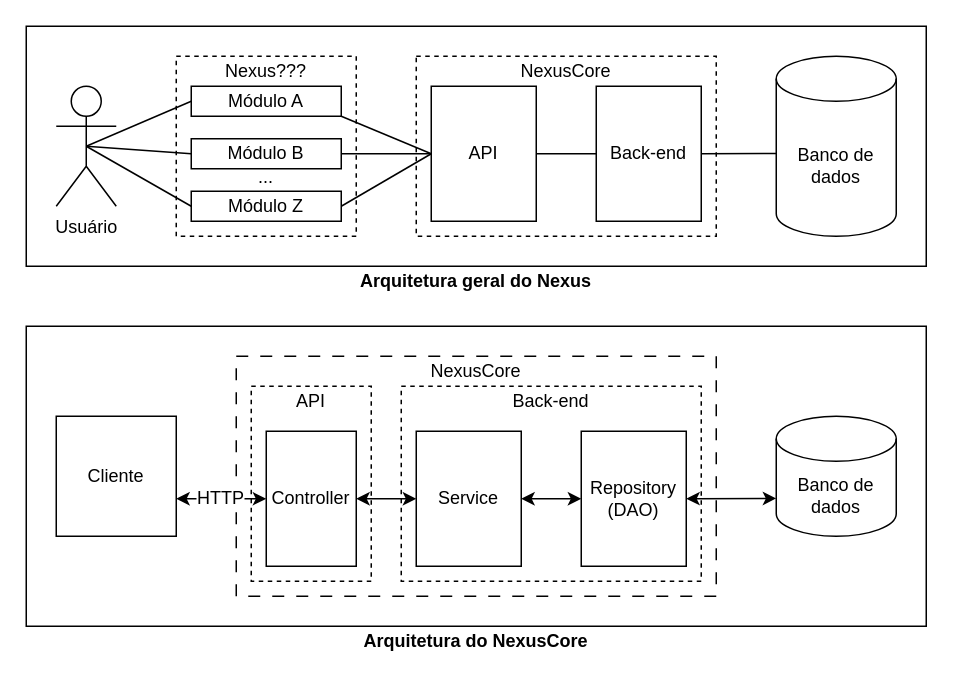
This is page "arquiteturas" (2 of 3) of docs/diagramas.drawio from therapies-love-kids/nexus, a draw.io file, before an edit. Source tidied: cells renumbered, new cells numbered last; positions are measured from the earlier drawing's top-left corner, leaving out a move shared by most shapes. Both pictures are drawn from the tidied source at 150%, with x=0, y=0 at pixel (26, 26).
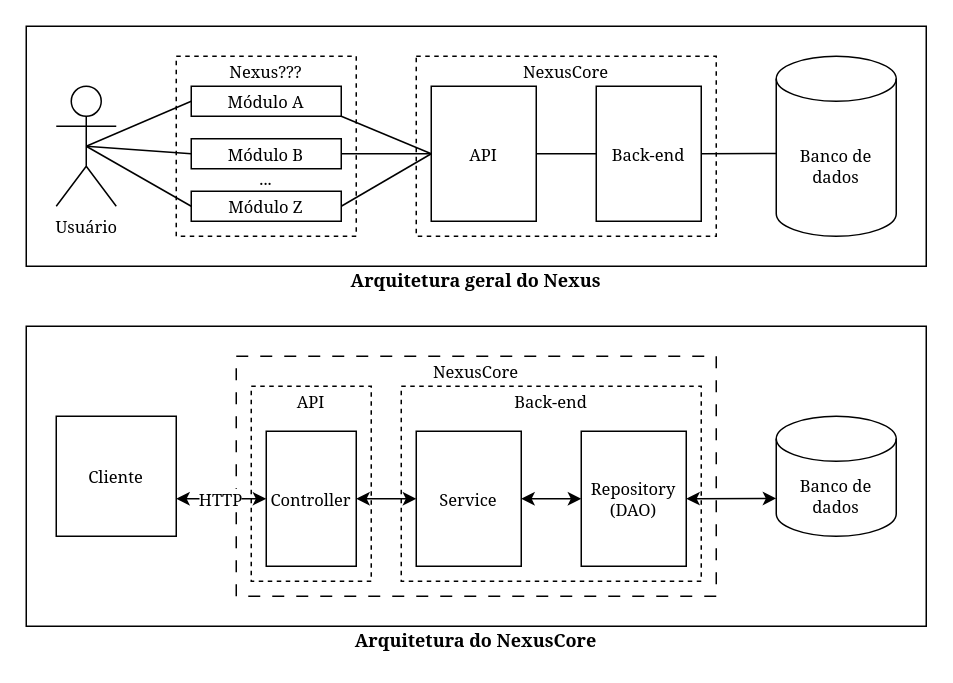
After the change.

Change to the diagram source:
```diff
@@
-    <mxCell id="2" style="rounded=0;whiteSpace=wrap;html=1;fillColor=none;" parent="1" vertex="1">
+    <mxCell id="2" style="rounded=0;whiteSpace=wrap;html=1;fillColor=none;fontFamily=Georgia;labelBorderColor=none;fontSize=11;" parent="1" vertex="1">
       <mxGeometry y="200" width="600" height="200" as="geometry" />
     </mxCell>
-    <mxCell id="3" style="rounded=0;whiteSpace=wrap;html=1;fillColor=none;dashed=1;dashPattern=8 8;" parent="1" vertex="1">
+    <mxCell id="3" style="rounded=0;whiteSpace=wrap;html=1;fillColor=none;dashed=1;dashPattern=8 8;fontFamily=Georgia;labelBorderColor=none;fontSize=11;" parent="1" vertex="1">
       <mxGeometry x="140" y="220" width="320" height="160" as="geometry" />
     </mxCell>
-    <mxCell id="4" style="rounded=0;whiteSpace=wrap;html=1;fillColor=none;dashed=1;" parent="1" vertex="1">
+    <mxCell id="4" style="rounded=0;whiteSpace=wrap;html=1;fillColor=none;dashed=1;fontFamily=Georgia;labelBorderColor=none;fontSize=11;" parent="1" vertex="1">
       <mxGeometry x="250" y="240" width="200" height="130" as="geometry" />
     </mxCell>
-    <mxCell id="5" style="rounded=0;whiteSpace=wrap;html=1;fillColor=none;" parent="1" vertex="1">
+    <mxCell id="5" style="rounded=0;whiteSpace=wrap;html=1;fillColor=none;fontFamily=Georgia;labelBorderColor=none;fontSize=11;" parent="1" vertex="1">
       <mxGeometry width="600" height="160" as="geometry" />
     </mxCell>
-    <mxCell id="6" value="&lt;b&gt;Arquitetura geral do Nexus&lt;/b&gt;" style="text;html=1;align=center;verticalAlign=middle;whiteSpace=wrap;rounded=0;" parent="1" vertex="1">
+    <mxCell id="6" value="&lt;b&gt;Arquitetura geral do Nexus&lt;/b&gt;" style="text;html=1;align=center;verticalAlign=middle;whiteSpace=wrap;rounded=0;fontFamily=Georgia;labelBorderColor=none;fontSize=12;" parent="1" vertex="1">
       <mxGeometry y="160" width="600" height="20" as="geometry" />
     </mxCell>
-    <mxCell id="7" style="rounded=0;whiteSpace=wrap;html=1;dashed=1;" parent="1" vertex="1">
+    <mxCell id="7" style="rounded=0;whiteSpace=wrap;html=1;dashed=1;fontFamily=Georgia;labelBorderColor=none;fontSize=11;" parent="1" vertex="1">
       <mxGeometry x="260" y="20" width="200" height="120" as="geometry" />
     </mxCell>
-    <mxCell id="8" value="API" style="rounded=0;whiteSpace=wrap;html=1;" parent="1" vertex="1">
+    <mxCell id="8" value="API" style="rounded=0;whiteSpace=wrap;html=1;fontFamily=Georgia;labelBorderColor=none;fontSize=11;" parent="1" vertex="1">
       <mxGeometry x="270" y="40" width="70" height="90" as="geometry" />
     </mxCell>
-    <mxCell id="9" value="&lt;div&gt;Back-end&lt;br&gt;&lt;/div&gt;" style="rounded=0;whiteSpace=wrap;html=1;" parent="1" vertex="1">
+    <mxCell id="9" value="&lt;div&gt;Back-end&lt;br&gt;&lt;/div&gt;" style="rounded=0;whiteSpace=wrap;html=1;fontFamily=Georgia;labelBorderColor=none;fontSize=11;" parent="1" vertex="1">
       <mxGeometry x="380" y="40" width="70" height="90" as="geometry" />
     </mxCell>
-    <mxCell id="10" value="NexusCore" style="text;html=1;align=center;verticalAlign=middle;whiteSpace=wrap;rounded=0;fontStyle=0;dashed=1;" parent="1" vertex="1">
+    <mxCell id="10" value="NexusCore" style="text;html=1;align=center;verticalAlign=middle;whiteSpace=wrap;rounded=0;fontStyle=0;dashed=1;fontFamily=Georgia;labelBorderColor=none;fontSize=11;" parent="1" vertex="1">
       <mxGeometry x="260" y="20" width="200" height="20" as="geometry" />
     </mxCell>
-    <mxCell id="11" style="endArrow=none;html=1;rounded=0;exitX=1;exitY=0.5;exitDx=0;exitDy=0;entryX=0;entryY=0.5;entryDx=0;entryDy=0;" parent="1" edge="1" source="8" target="9">
+    <mxCell id="11" style="endArrow=none;html=1;rounded=0;exitX=1;exitY=0.5;exitDx=0;exitDy=0;entryX=0;entryY=0.5;entryDx=0;entryDy=0;fontFamily=Georgia;labelBorderColor=none;fontSize=11;" parent="1" edge="1" source="8" target="9">
       <mxGeometry relative="1" as="geometry" />
     </mxCell>
-    <mxCell id="12" value="Banco de dados" style="shape=cylinder3;whiteSpace=wrap;html=1;boundedLbl=1;backgroundOutline=1;size=15;" parent="1" vertex="1">
+    <mxCell id="12" value="Banco de dados" style="shape=cylinder3;whiteSpace=wrap;html=1;boundedLbl=1;backgroundOutline=1;size=15;fontFamily=Georgia;labelBorderColor=none;fontSize=11;" parent="1" vertex="1">
       <mxGeometry x="500" y="260" width="80" height="80" as="geometry" />
     </mxCell>
-    <mxCell id="13" value="&lt;div&gt;Usuário&lt;/div&gt;" style="shape=umlActor;verticalLabelPosition=bottom;verticalAlign=top;html=1;outlineConnect=0;" parent="1" vertex="1">
+    <mxCell id="13" value="&lt;div&gt;Usuário&lt;/div&gt;" style="shape=umlActor;verticalLabelPosition=bottom;verticalAlign=top;html=1;outlineConnect=0;fontFamily=Georgia;labelBorderColor=none;fontSize=11;" parent="1" vertex="1">
       <mxGeometry x="20" y="40" width="40" height="80" as="geometry" />
     </mxCell>
-    <mxCell id="14" style="rounded=0;whiteSpace=wrap;html=1;dashed=1;" parent="1" vertex="1">
+    <mxCell id="14" style="rounded=0;whiteSpace=wrap;html=1;dashed=1;fontFamily=Georgia;labelBorderColor=none;fontSize=11;" parent="1" vertex="1">
       <mxGeometry x="100" y="20" width="120" height="120" as="geometry" />
     </mxCell>
-    <mxCell id="15" value="Módulo A" style="rounded=0;whiteSpace=wrap;html=1;" parent="1" vertex="1">
+    <mxCell id="15" value="Módulo A" style="rounded=0;whiteSpace=wrap;html=1;fontFamily=Georgia;labelBorderColor=none;fontSize=11;" parent="1" vertex="1">
       <mxGeometry x="110" y="40" width="100" height="20" as="geometry" />
     </mxCell>
-    <mxCell id="16" value="Nexus???" style="text;html=1;align=center;verticalAlign=middle;whiteSpace=wrap;rounded=0;" parent="1" vertex="1">
+    <mxCell id="16" value="Nexus???" style="text;html=1;align=center;verticalAlign=middle;whiteSpace=wrap;rounded=0;fontFamily=Georgia;labelBorderColor=none;fontSize=11;" parent="1" vertex="1">
       <mxGeometry x="100" y="20" width="120" height="20" as="geometry" />
     </mxCell>
-    <mxCell id="17" value="Módulo B" style="rounded=0;whiteSpace=wrap;html=1;" parent="1" vertex="1">
+    <mxCell id="17" value="Módulo B" style="rounded=0;whiteSpace=wrap;html=1;fontFamily=Georgia;labelBorderColor=none;fontSize=11;" parent="1" vertex="1">
       <mxGeometry x="110" y="75" width="100" height="20" as="geometry" />
     </mxCell>
-    <mxCell id="18" value="Módulo Z" style="rounded=0;whiteSpace=wrap;html=1;" parent="1" vertex="1">
+    <mxCell id="18" value="Módulo Z" style="rounded=0;whiteSpace=wrap;html=1;fontFamily=Georgia;labelBorderColor=none;fontSize=11;" parent="1" vertex="1">
       <mxGeometry x="110" y="110" width="100" height="20" as="geometry" />
     </mxCell>
-    <mxCell id="19" value="..." style="text;html=1;align=center;verticalAlign=bottom;whiteSpace=wrap;rounded=0;" parent="1" vertex="1">
+    <mxCell id="19" value="..." style="text;html=1;align=center;verticalAlign=bottom;whiteSpace=wrap;rounded=0;fontFamily=Georgia;labelBorderColor=none;fontSize=11;" parent="1" vertex="1">
       <mxGeometry x="110" y="100" width="100" height="10" as="geometry" />
     </mxCell>
-    <mxCell id="20" style="endArrow=none;html=1;rounded=0;exitX=0;exitY=0.5;exitDx=0;exitDy=0;entryX=0.5;entryY=0.5;entryDx=0;entryDy=0;entryPerimeter=0;" parent="1" edge="1" source="15" target="13">
+    <mxCell id="20" style="endArrow=none;html=1;rounded=0;exitX=0;exitY=0.5;exitDx=0;exitDy=0;entryX=0.5;entryY=0.5;entryDx=0;entryDy=0;entryPerimeter=0;fontFamily=Georgia;labelBorderColor=none;fontSize=11;" parent="1" edge="1" source="15" target="13">
       <mxGeometry relative="1" as="geometry" />
     </mxCell>
-    <mxCell id="21" style="endArrow=none;html=1;rounded=0;exitX=0;exitY=0.5;exitDx=0;exitDy=0;" parent="1" edge="1" source="17">
+    <mxCell id="21" style="endArrow=none;html=1;rounded=0;exitX=0;exitY=0.5;exitDx=0;exitDy=0;fontFamily=Georgia;labelBorderColor=none;fontSize=11;" parent="1" edge="1" source="17">
       <mxGeometry relative="1" as="geometry">
         <mxPoint x="40" y="80" as="targetPoint" />
       </mxGeometry>
     </mxCell>
-    <mxCell id="22" style="endArrow=none;html=1;rounded=0;exitX=0.5;exitY=0.5;exitDx=0;exitDy=0;exitPerimeter=0;entryX=0;entryY=0.5;entryDx=0;entryDy=0;" parent="1" edge="1" source="13" target="18">
+    <mxCell id="22" style="endArrow=none;html=1;rounded=0;exitX=0.5;exitY=0.5;exitDx=0;exitDy=0;exitPerimeter=0;entryX=0;entryY=0.5;entryDx=0;entryDy=0;fontFamily=Georgia;labelBorderColor=none;fontSize=11;" parent="1" edge="1" source="13" target="18">
       <mxGeometry relative="1" as="geometry" />
     </mxCell>
-    <mxCell id="23" style="endArrow=none;html=1;rounded=0;entryX=0;entryY=0.5;entryDx=0;entryDy=0;" parent="1" edge="1" target="8">
+    <mxCell id="23" style="endArrow=none;html=1;rounded=0;entryX=0;entryY=0.5;entryDx=0;entryDy=0;fontFamily=Georgia;labelBorderColor=none;fontSize=11;" parent="1" edge="1" target="8">
       <mxGeometry relative="1" as="geometry">
         <mxPoint x="210" y="60" as="sourcePoint" />
       </mxGeometry>
     </mxCell>
-    <mxCell id="24" style="endArrow=none;html=1;rounded=0;exitX=1;exitY=0.5;exitDx=0;exitDy=0;" parent="1" edge="1" source="17">
+    <mxCell id="24" style="endArrow=none;html=1;rounded=0;exitX=1;exitY=0.5;exitDx=0;exitDy=0;fontFamily=Georgia;labelBorderColor=none;fontSize=11;" parent="1" edge="1" source="17">
       <mxGeometry relative="1" as="geometry">
         <mxPoint x="270" y="85" as="targetPoint" />
       </mxGeometry>
     </mxCell>
-    <mxCell id="25" style="endArrow=none;html=1;rounded=0;exitX=1;exitY=0.5;exitDx=0;exitDy=0;entryX=0;entryY=0.5;entryDx=0;entryDy=0;" parent="1" edge="1" source="18" target="8">
+    <mxCell id="25" style="endArrow=none;html=1;rounded=0;exitX=1;exitY=0.5;exitDx=0;exitDy=0;entryX=0;entryY=0.5;entryDx=0;entryDy=0;fontFamily=Georgia;labelBorderColor=none;fontSize=11;" parent="1" edge="1" source="18" target="8">
       <mxGeometry relative="1" as="geometry" />
     </mxCell>
-    <mxCell id="26" value="NexusCore" style="text;html=1;align=center;verticalAlign=middle;whiteSpace=wrap;rounded=0;fontStyle=0;" parent="1" vertex="1">
+    <mxCell id="26" value="NexusCore" style="text;html=1;align=center;verticalAlign=middle;whiteSpace=wrap;rounded=0;fontStyle=0;fontFamily=Georgia;labelBorderColor=none;fontSize=11;" parent="1" vertex="1">
       <mxGeometry x="140" y="220" width="320" height="20" as="geometry" />
     </mxCell>
-    <mxCell id="27" style="rounded=0;whiteSpace=wrap;html=1;fillColor=none;dashed=1;" parent="1" vertex="1">
+    <mxCell id="27" style="rounded=0;whiteSpace=wrap;html=1;fillColor=none;dashed=1;fontFamily=Georgia;labelBorderColor=none;fontSize=11;" parent="1" vertex="1">
       <mxGeometry x="150" y="240" width="80" height="130" as="geometry" />
     </mxCell>
-    <mxCell id="28" value="Service" style="rounded=0;whiteSpace=wrap;html=1;" parent="1" vertex="1">
+    <mxCell id="28" value="Service" style="rounded=0;whiteSpace=wrap;html=1;fontFamily=Georgia;labelBorderColor=none;fontSize=11;" parent="1" vertex="1">
       <mxGeometry x="260" y="270" width="70" height="90" as="geometry" />
     </mxCell>
-    <mxCell id="29" value="&lt;div&gt;Repository (DAO)&lt;/div&gt;" style="rounded=0;whiteSpace=wrap;html=1;" parent="1" vertex="1">
+    <mxCell id="29" value="&lt;div&gt;Repository (DAO)&lt;/div&gt;" style="rounded=0;whiteSpace=wrap;html=1;fontFamily=Georgia;labelBorderColor=none;fontSize=11;" parent="1" vertex="1">
       <mxGeometry x="370" y="270" width="70" height="90" as="geometry" />
     </mxCell>
-    <mxCell id="30" style="endArrow=classic;startArrow=classic;html=1;rounded=0;exitX=1;exitY=0.5;exitDx=0;exitDy=0;entryX=0;entryY=0.5;entryDx=0;entryDy=0;" parent="1" edge="1" source="33" target="28">
+    <mxCell id="30" style="endArrow=classic;startArrow=classic;html=1;rounded=0;exitX=1;exitY=0.5;exitDx=0;exitDy=0;entryX=0;entryY=0.5;entryDx=0;entryDy=0;fontFamily=Georgia;labelBorderColor=none;fontSize=11;" parent="1" edge="1" source="33" target="28">
       <mxGeometry relative="1" as="geometry" />
     </mxCell>
-    <mxCell id="31" style="endArrow=classic;startArrow=classic;html=1;rounded=0;exitX=0;exitY=0.5;exitDx=0;exitDy=0;entryX=1;entryY=0.5;entryDx=0;entryDy=0;" parent="1" edge="1" source="29" target="28">
+    <mxCell id="31" style="endArrow=classic;startArrow=classic;html=1;rounded=0;exitX=0;exitY=0.5;exitDx=0;exitDy=0;entryX=1;entryY=0.5;entryDx=0;entryDy=0;fontFamily=Georgia;labelBorderColor=none;fontSize=11;" parent="1" edge="1" source="29" target="28">
       <mxGeometry relative="1" as="geometry" />
     </mxCell>
-    <mxCell id="32" value="Back-end" style="text;html=1;align=center;verticalAlign=middle;whiteSpace=wrap;rounded=0;fontStyle=0;dashed=1;" parent="1" vertex="1">
+    <mxCell id="32" value="Back-end" style="text;html=1;align=center;verticalAlign=middle;whiteSpace=wrap;rounded=0;fontStyle=0;dashed=1;fontFamily=Georgia;labelBorderColor=none;fontSize=11;" parent="1" vertex="1">
       <mxGeometry x="250" y="240" width="200" height="20" as="geometry" />
     </mxCell>
-    <mxCell id="33" value="Controller" style="rounded=0;whiteSpace=wrap;html=1;" parent="1" vertex="1">
+    <mxCell id="33" value="Controller" style="rounded=0;whiteSpace=wrap;html=1;fontFamily=Georgia;labelBorderColor=none;fontSize=11;" parent="1" vertex="1">
       <mxGeometry x="160" y="270" width="60" height="90" as="geometry" />
     </mxCell>
-    <mxCell id="34" value="API" style="text;html=1;align=center;verticalAlign=middle;whiteSpace=wrap;rounded=0;fontStyle=0;dashed=1;" parent="1" vertex="1">
+    <mxCell id="34" value="API" style="text;html=1;align=center;verticalAlign=middle;whiteSpace=wrap;rounded=0;fontStyle=0;dashed=1;fontFamily=Georgia;labelBorderColor=none;fontSize=11;" parent="1" vertex="1">
       <mxGeometry x="150" y="240" width="80" height="20" as="geometry" />
     </mxCell>
-    <mxCell id="35" style="endArrow=none;html=1;rounded=0;exitX=1;exitY=0.5;exitDx=0;exitDy=0;entryX=0;entryY=0.5;entryDx=0;entryDy=0;" parent="1" edge="1" source="9">
+    <mxCell id="35" style="endArrow=none;html=1;rounded=0;exitX=1;exitY=0.5;exitDx=0;exitDy=0;entryX=0;entryY=0.5;entryDx=0;entryDy=0;fontFamily=Georgia;labelBorderColor=none;fontSize=11;" parent="1" edge="1" source="9">
       <mxGeometry relative="1" as="geometry">
         <mxPoint x="500" y="84.8" as="targetPoint" />
       </mxGeometry>
     </mxCell>
-    <mxCell id="36" style="endArrow=classic;startArrow=classic;html=1;rounded=0;exitX=0;exitY=0.5;exitDx=0;exitDy=0;entryX=1;entryY=0.5;entryDx=0;entryDy=0;" parent="1" edge="1" target="29">
+    <mxCell id="36" style="endArrow=classic;startArrow=classic;html=1;rounded=0;exitX=0;exitY=0.5;exitDx=0;exitDy=0;entryX=1;entryY=0.5;entryDx=0;entryDy=0;fontFamily=Georgia;labelBorderColor=none;fontSize=11;" parent="1" edge="1" target="29">
       <mxGeometry relative="1" as="geometry">
         <mxPoint x="500" y="314.8" as="sourcePoint" />
       </mxGeometry>
     </mxCell>
-    <mxCell id="37" value="Banco de dados" style="shape=cylinder3;whiteSpace=wrap;html=1;boundedLbl=1;backgroundOutline=1;size=15;" parent="1" vertex="1">
+    <mxCell id="37" value="Banco de dados" style="shape=cylinder3;whiteSpace=wrap;html=1;boundedLbl=1;backgroundOutline=1;size=15;fontFamily=Georgia;labelBorderColor=none;fontSize=11;" parent="1" vertex="1">
       <mxGeometry x="500" y="20" width="80" height="120" as="geometry" />
     </mxCell>
-    <mxCell id="38" value="Cliente" style="rounded=0;whiteSpace=wrap;html=1;" parent="1" vertex="1">
+    <mxCell id="38" value="Cliente" style="rounded=0;whiteSpace=wrap;html=1;fontFamily=Georgia;labelBorderColor=none;fontSize=11;" parent="1" vertex="1">
       <mxGeometry x="20" y="260" width="80" height="80" as="geometry" />
     </mxCell>
-    <mxCell id="39" style="endArrow=classic;startArrow=classic;html=1;rounded=0;entryX=0;entryY=0.5;entryDx=0;entryDy=0;" parent="1" edge="1">
+    <mxCell id="39" style="endArrow=classic;startArrow=classic;html=1;rounded=0;entryX=0;entryY=0.5;entryDx=0;entryDy=0;fontFamily=Georgia;labelBorderColor=none;fontSize=11;" parent="1" edge="1">
       <mxGeometry relative="1" as="geometry">
         <mxPoint x="100" y="315" as="sourcePoint" />
         <mxPoint x="160" y="315" as="targetPoint" />
       </mxGeometry>
     </mxCell>
-    <mxCell id="40" value="&lt;b&gt;Arquitetura do NexusCore&lt;/b&gt;" style="text;html=1;align=center;verticalAlign=middle;whiteSpace=wrap;rounded=0;" parent="1" vertex="1">
+    <mxCell id="40" value="&lt;b&gt;Arquitetura do NexusCore&lt;/b&gt;" style="text;html=1;align=center;verticalAlign=middle;whiteSpace=wrap;rounded=0;fontFamily=Georgia;labelBorderColor=none;fontSize=12;" parent="1" vertex="1">
       <mxGeometry y="400" width="600" height="20" as="geometry" />
     </mxCell>
-    <mxCell id="41" value="HTTP" style="text;html=1;align=center;verticalAlign=middle;whiteSpace=wrap;rounded=0;labelBackgroundColor=default;" parent="1" vertex="1">
+    <mxCell id="41" value="HTTP" style="text;html=1;align=center;verticalAlign=middle;whiteSpace=wrap;rounded=0;labelBackgroundColor=default;fontFamily=Georgia;labelBorderColor=none;fontSize=11;" parent="1" vertex="1">
       <mxGeometry x="100" y="307.5" width="60" height="15" as="geometry" />
     </mxCell>
```
